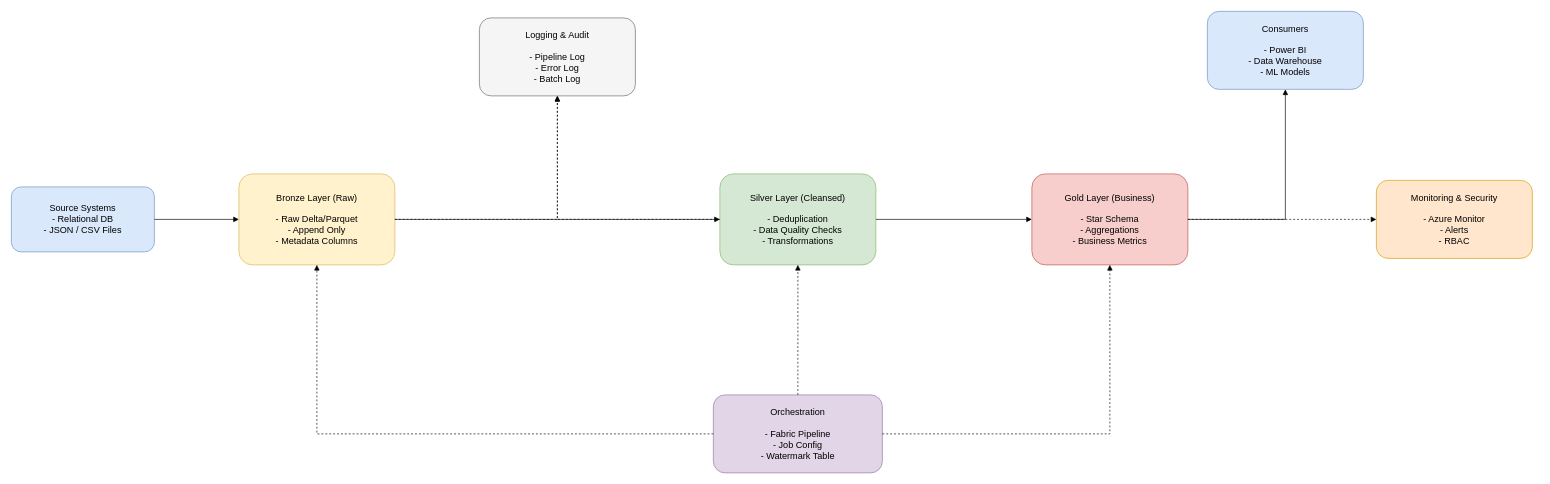
anhtnt90dev/rookies-data-dn-2026 keeps this draw.io diagram as page "Architecture Layer" (2 of 4) of architecture/diagrams/architecture.drawio.xml. Above is the earlier version. Source tidied: cells renumbered, new cells numbered last; positions are measured from the earlier drawing's top-left corner, leaving out a move shared by most shapes. Both pictures are drawn from the tidied source at 65%, with x=0, y=0 at pixel (11, 11).
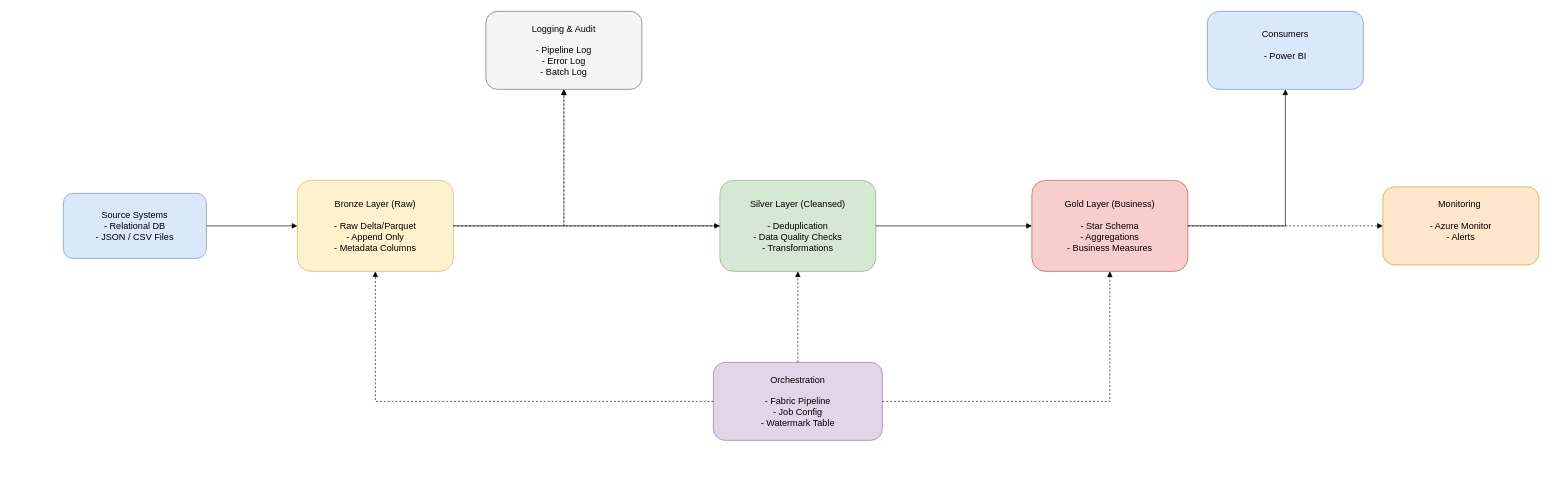
The same page after the edit.

Change to the diagram source:
```diff
@@
 <mxGraphModel>
   <root>
     <mxCell id="0" />
     <mxCell id="1" parent="0" />
     <mxCell id="2" value="Source Systems&#10;- Relational DB&#10;- JSON / CSV Files" style="rounded=1;whiteSpace=wrap;html=1;fillColor=#dae8fc;strokeColor=#6c8ebf;fontSize=14;" parent="1" vertex="1">
-      <mxGeometry y="270" width="220" height="100" as="geometry" />
+      <mxGeometry x="80" y="280" width="220" height="100" as="geometry" />
     </mxCell>
     <mxCell id="3" value="Bronze Layer (Raw)&#10;&#10;- Raw Delta/Parquet&#10;- Append Only&#10;- Metadata Columns" style="rounded=1;whiteSpace=wrap;html=1;fillColor=#fff2cc;strokeColor=#d6b656;fontSize=14;" parent="1" vertex="1">
-      <mxGeometry x="350" y="250" width="240" height="140" as="geometry" />
+      <mxGeometry x="440" y="260" width="240" height="140" as="geometry" />
     </mxCell>
     <mxCell id="4" value="Silver Layer (Cleansed)&#10;&#10;- Deduplication&#10;- Data Quality Checks&#10;- Transformations" style="rounded=1;whiteSpace=wrap;html=1;fillColor=#d5e8d4;strokeColor=#82b366;fontSize=14;" parent="1" vertex="1">
-      <mxGeometry x="1090" y="250" width="240" height="140" as="geometry" />
+      <mxGeometry x="1090" y="260" width="240" height="140" as="geometry" />
     </mxCell>
-    <mxCell id="5" value="Gold Layer (Business)&#10;&#10;- Star Schema&#10;- Aggregations&#10;- Business Metrics" style="rounded=1;whiteSpace=wrap;html=1;fillColor=#f8cecc;strokeColor=#b85450;fontSize=14;" parent="1" vertex="1">
-      <mxGeometry x="1570" y="250" width="240" height="140" as="geometry" />
+    <mxCell id="5" value="Gold Layer (Business)&lt;br&gt;&lt;br&gt;- Star Schema&lt;br&gt;- Aggregations&lt;br&gt;- Business Measures" style="rounded=1;whiteSpace=wrap;html=1;fillColor=#f8cecc;strokeColor=#b85450;fontSize=14;" parent="1" vertex="1">
+      <mxGeometry x="1570" y="260" width="240" height="140" as="geometry" />
     </mxCell>
     <mxCell id="6" value="Orchestration&lt;br&gt;&lt;br&gt;- Fabric Pipeline&lt;br&gt;- Job Config&lt;br&gt;- Watermark Table" style="rounded=1;whiteSpace=wrap;html=1;fillColor=#e1d5e7;strokeColor=#9673a6;fontSize=14;" parent="1" vertex="1">
-      <mxGeometry x="1080" y="590" width="260" height="120" as="geometry" />
+      <mxGeometry x="1080" y="540" width="260" height="120" as="geometry" />
     </mxCell>
     <mxCell id="7" value="Logging &amp; Audit&#10;&#10;- Pipeline Log&#10;- Error Log&#10;- Batch Log" style="rounded=1;whiteSpace=wrap;html=1;fillColor=#f5f5f5;strokeColor=#666666;fontSize=14;" parent="1" vertex="1">
-      <mxGeometry x="720" y="10" width="240" height="120" as="geometry" />
+      <mxGeometry x="730" width="240" height="120" as="geometry" />
     </mxCell>
-    <mxCell id="8" value="Monitoring &amp; Security&#10;&#10;- Azure Monitor&#10;- Alerts&#10;- RBAC" style="rounded=1;whiteSpace=wrap;html=1;fillColor=#ffe6cc;strokeColor=#d79b00;fontSize=14;" parent="1" vertex="1">
-      <mxGeometry x="2100" y="260" width="240" height="120" as="geometry" />
+    <mxCell id="8" value="Monitoring&amp;nbsp;&lt;div&gt;&lt;br&gt;- Azure Monitor&lt;br&gt;- Alerts&lt;div&gt;&lt;br&gt;&lt;/div&gt;&lt;/div&gt;" style="rounded=1;whiteSpace=wrap;html=1;fillColor=#ffe6cc;strokeColor=#d79b00;fontSize=14;" parent="1" vertex="1">
+      <mxGeometry x="2110" y="270" width="240" height="120" as="geometry" />
     </mxCell>
-    <mxCell id="9" value="Consumers&#10;&#10;- Power BI&#10;- Data Warehouse&#10;- ML Models" style="rounded=1;whiteSpace=wrap;html=1;fillColor=#dae8fc;strokeColor=#6c8ebf;fontSize=14;" parent="1" vertex="1">
+    <mxCell id="9" value="Consumers&lt;br&gt;&lt;br&gt;- Power BI&lt;div&gt;&lt;br/&gt;&lt;/div&gt;" style="rounded=1;whiteSpace=wrap;html=1;fillColor=#dae8fc;strokeColor=#6c8ebf;fontSize=14;" parent="1" vertex="1">
       <mxGeometry x="1840" width="240" height="120" as="geometry" />
     </mxCell>
     <mxCell id="10" style="edgeStyle=orthogonalEdgeStyle;rounded=0;jettySize=auto;html=1;endArrow=block;" parent="1" edge="1" source="2" target="3">
       <mxGeometry relative="1" as="geometry" />
     </mxCell>
     <mxCell id="11" style="edgeStyle=orthogonalEdgeStyle;rounded=0;jettySize=auto;html=1;endArrow=block;" parent="1" edge="1" source="3" target="4">
       <mxGeometry relative="1" as="geometry" />
     </mxCell>
     <mxCell id="12" style="edgeStyle=orthogonalEdgeStyle;rounded=0;jettySize=auto;html=1;endArrow=block;" parent="1" edge="1" source="4" target="5">
       <mxGeometry relative="1" as="geometry" />
     </mxCell>
     <mxCell id="13" style="edgeStyle=orthogonalEdgeStyle;rounded=0;jettySize=auto;html=1;dashed=1;endArrow=block;" parent="1" edge="1" source="6" target="3">
       <mxGeometry relative="1" as="geometry" />
     </mxCell>
     <mxCell id="14" style="edgeStyle=orthogonalEdgeStyle;rounded=0;jettySize=auto;html=1;dashed=1;endArrow=block;" parent="1" edge="1" source="6" target="4">
       <mxGeometry relative="1" as="geometry" />
     </mxCell>
     <mxCell id="15" style="edgeStyle=orthogonalEdgeStyle;rounded=0;jettySize=auto;html=1;dashed=1;endArrow=block;" parent="1" edge="1" source="6" target="5">
       <mxGeometry relative="1" as="geometry" />
     </mxCell>
     <mxCell id="16" style="edgeStyle=orthogonalEdgeStyle;rounded=0;jettySize=auto;html=1;endArrow=block;" parent="1" edge="1" source="5" target="9">
       <mxGeometry relative="1" as="geometry" />
     </mxCell>
     <mxCell id="17" style="edgeStyle=orthogonalEdgeStyle;rounded=0;jettySize=auto;html=1;dashed=1;endArrow=block;" parent="1" edge="1" source="3" target="7">
       <mxGeometry relative="1" as="geometry" />
     </mxCell>
     <mxCell id="18" style="edgeStyle=orthogonalEdgeStyle;rounded=0;jettySize=auto;html=1;dashed=1;endArrow=block;" parent="1" edge="1" source="4" target="7">
       <mxGeometry relative="1" as="geometry" />
     </mxCell>
     <mxCell id="19" style="edgeStyle=orthogonalEdgeStyle;rounded=0;jettySize=auto;html=1;dashed=1;endArrow=block;" parent="1" edge="1" source="5" target="8">
       <mxGeometry relative="1" as="geometry" />
     </mxCell>
   </root>
 </mxGraphModel>
```
